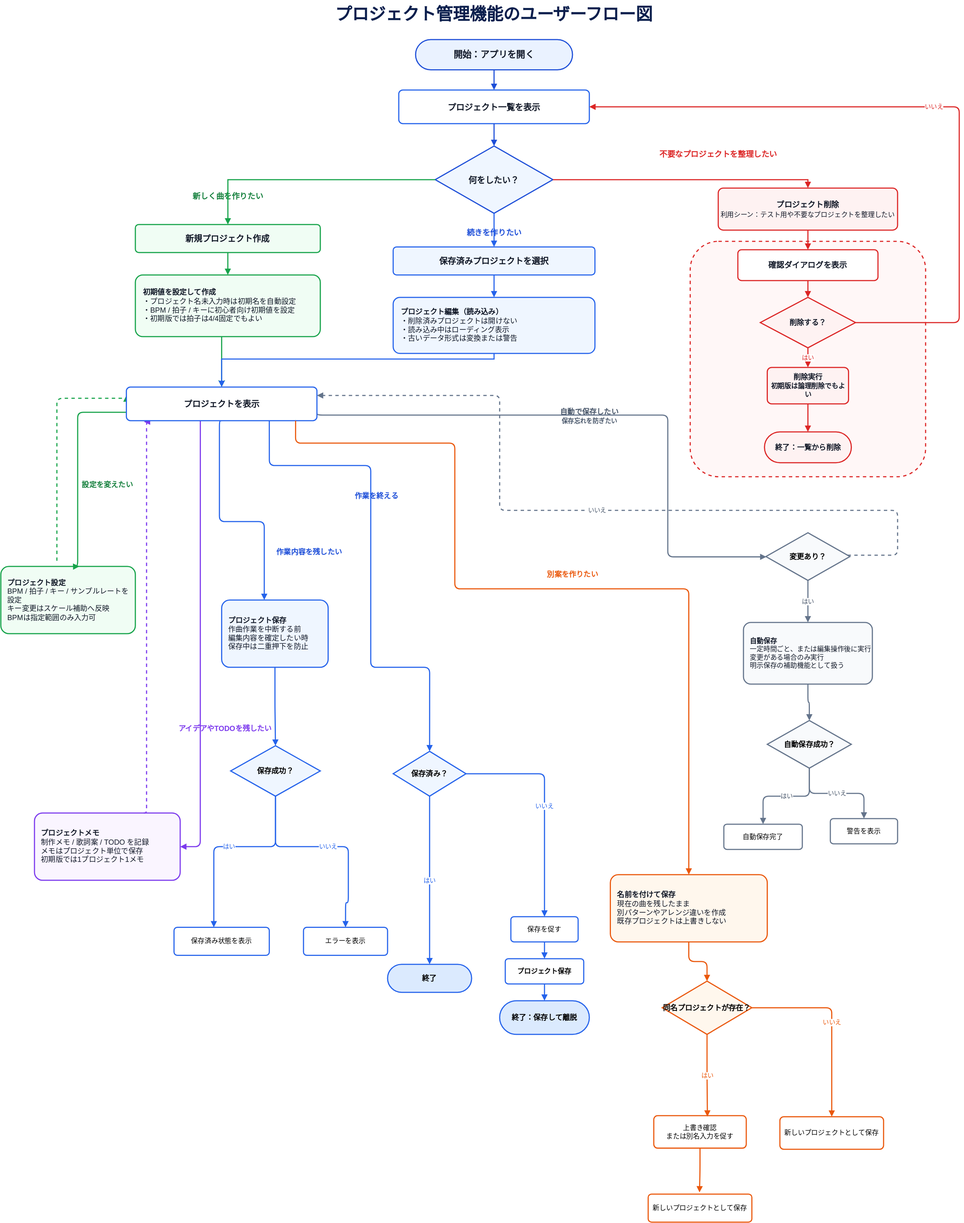
Earlier version of the draw.io export ②設計/ユーザーフロー図/images/userflows.drawio.svg (FujiJPProject/MusicflowsDocument). Source tidied: cells renumbered, new cells last; positions are measured from the earlier drawing's top-left corner, leaving out a move shared by most shapes.
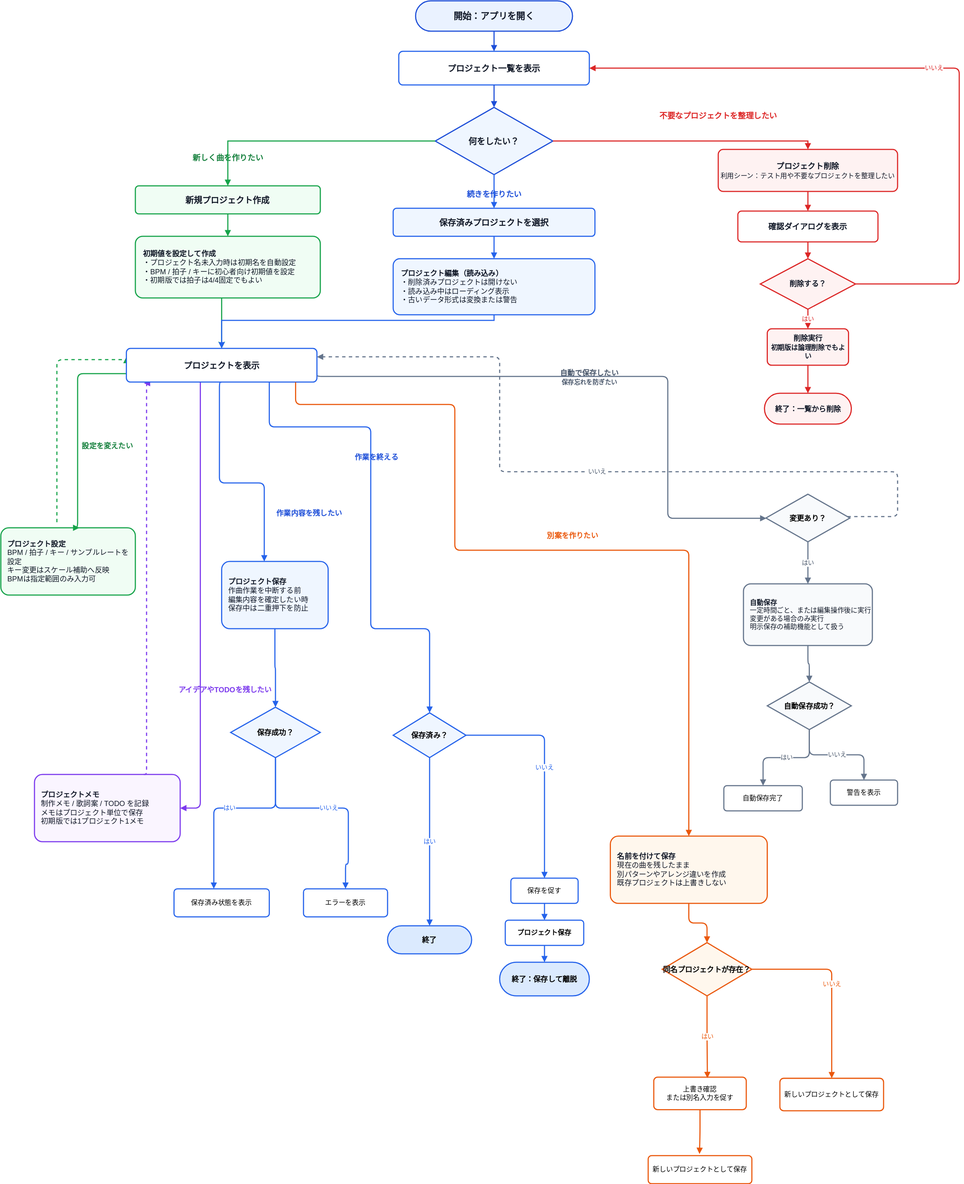
After the change.

Change to the diagram source:
```diff
@@ -2,9 +2,6 @@
   <root>
     <mxCell id="0" />
     <mxCell id="1" parent="0" />
-    <mxCell id="2" value="プロジェクト管理機能のユーザーフロー図" style="text;html=1;strokeColor=none;fillColor=none;align=center;verticalAlign=middle;whiteSpace=wrap;rounded=0;fontSize=30;fontStyle=1;fontColor=#0B1F4D;" parent="1" vertex="1">
-      <mxGeometry x="480" width="800" height="50" as="geometry" />
-    </mxCell>
     <mxCell id="3" value="開始：アプリを開く" style="rounded=1;whiteSpace=wrap;html=1;arcSize=50;fillColor=#EAF2FF;strokeColor=#1D4ED8;strokeWidth=2;fontSize=16;fontStyle=1;fontColor=#111827;" parent="1" vertex="1">
       <mxGeometry x="740" y="70" width="280" height="54" as="geometry" />
     </mxCell>
@@ -40,9 +37,6 @@
     <mxCell id="13" value="不要なプロジェクトを整理したい" style="text;html=1;strokeColor=none;fillColor=none;align=center;fontSize=14;fontStyle=1;fontColor=#DC2626;" parent="1" vertex="1">
       <mxGeometry x="1150" y="260" width="260" height="30" as="geometry" />
     </mxCell>
-    <mxCell id="14" style="rounded=1;whiteSpace=wrap;html=1;arcSize=12;fillColor=#FFF7F7;strokeColor=#DC2626;strokeWidth=2;dashed=1;" parent="1" vertex="1">
-      <mxGeometry x="1230" y="430" width="420" height="420" as="geometry" />
-    </mxCell>
     <mxCell id="15" value="&lt;b&gt;プロジェクト削除&lt;/b&gt;&lt;br&gt;&lt;font style=&quot;font-size:12px&quot;&gt;利用シーン：テスト用や不要なプロジェクトを整理したい&lt;/font&gt;" style="rounded=1;whiteSpace=wrap;html=1;arcSize=12;fillColor=#FEF2F2;strokeColor=#DC2626;strokeWidth=2;fontSize=14;fontColor=#111827;" parent="1" vertex="1">
       <mxGeometry x="1280" y="335" width="320" height="75" as="geometry" />
     </mxCell>
```
